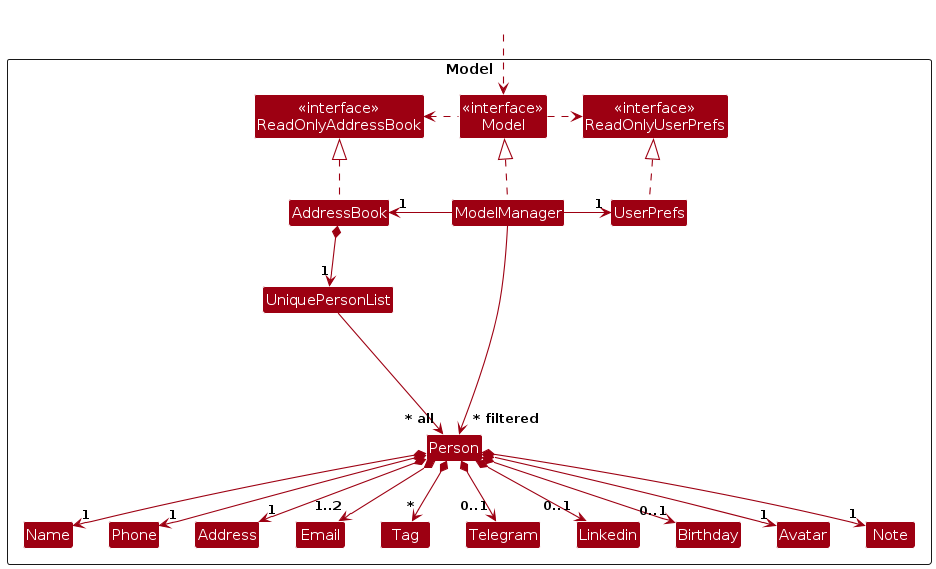
Above: diagrams/ModelClassDiagram.png in kokrui/tp (PlantUML), before the change. Its source is kept beside it as diagrams/ModelClassDiagram.puml.
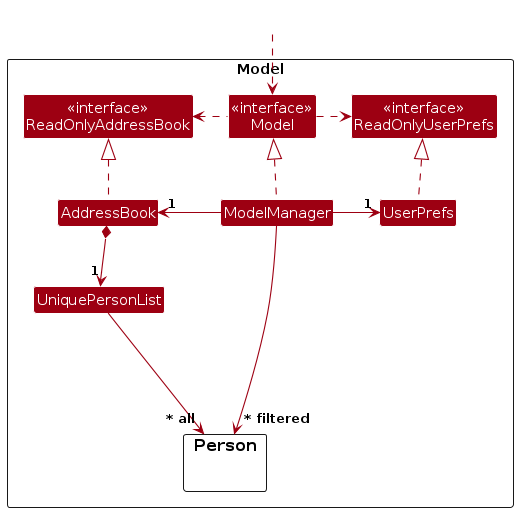
The same diagram one commit later.

Diff of the diagram source:
```diff
@@ -11,21 +11,11 @@
 Class AddressBook
 Class ModelManager
 Class UserPrefs
+Class I #FFFFFF
+Class UniquePersonList
 
-Class UniquePersonList
-Class Person
-Class Address
-Class Email
-Class Name
-Class Phone
-Class Tag
-Class Telegram
-Class Linkedin
-Class Birthday
-Class Avatar
-Class Note
-
-Class I #FFFFFF
+Package Person as Person {
+}
 }
 
 Class HiddenOutside #FFFFFF
@@ -42,23 +32,10 @@
 
 AddressBook *--> "1" UniquePersonList
 UniquePersonList --> "~* all" Person
-Person *--> "1" Name
-Person *--> "1" Phone
-Person *--> "1..2" Email
-Person *--> "1" Address
-Person *--> "*" Tag
-Person *--> "0..1" Telegram
-Person *--> "0..1" Birthday
-Person *--> "0..1" Linkedin
-Person *--> "1" Avatar
-Person *--> "1" Note
 
 Person -[hidden]up--> I
 UniquePersonList -[hidden]right-> I
 
-Name -[hidden]right-> Phone
-Phone -[hidden]right-> Address
-Address -[hidden]right-> Email
 
 ModelManager --> "~* filtered" Person
 @enduml
```
